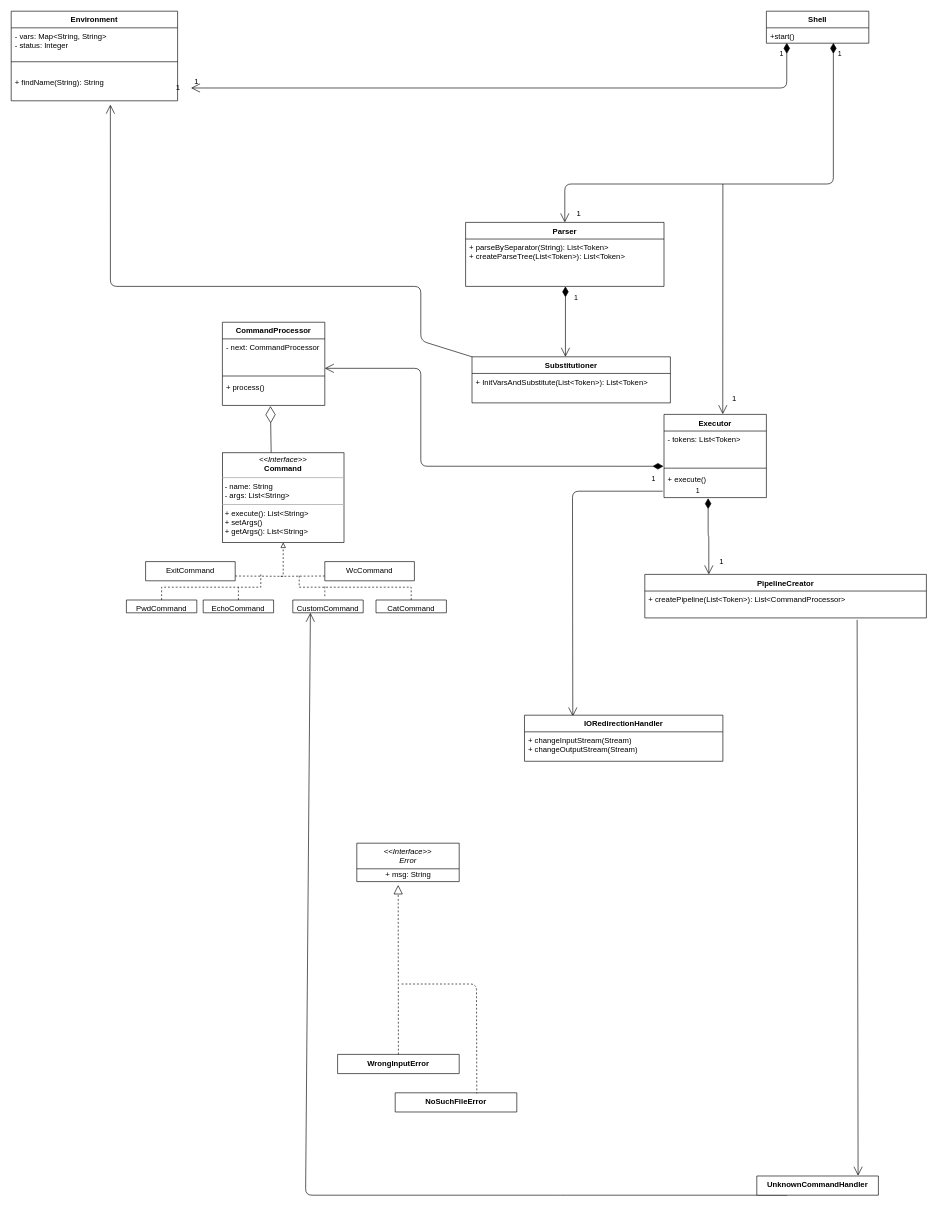
Before: Untitled Diagram.drawio in leoneed03/JB, a draw.io diagram. Source tidied: cells renumbered, new cells numbered last; positions are measured from the earlier drawing's top-left corner, leaving out a move shared by most shapes. Both pictures are drawn from the tidied source at 64%, with x=0, y=0 at pixel (11, 11).
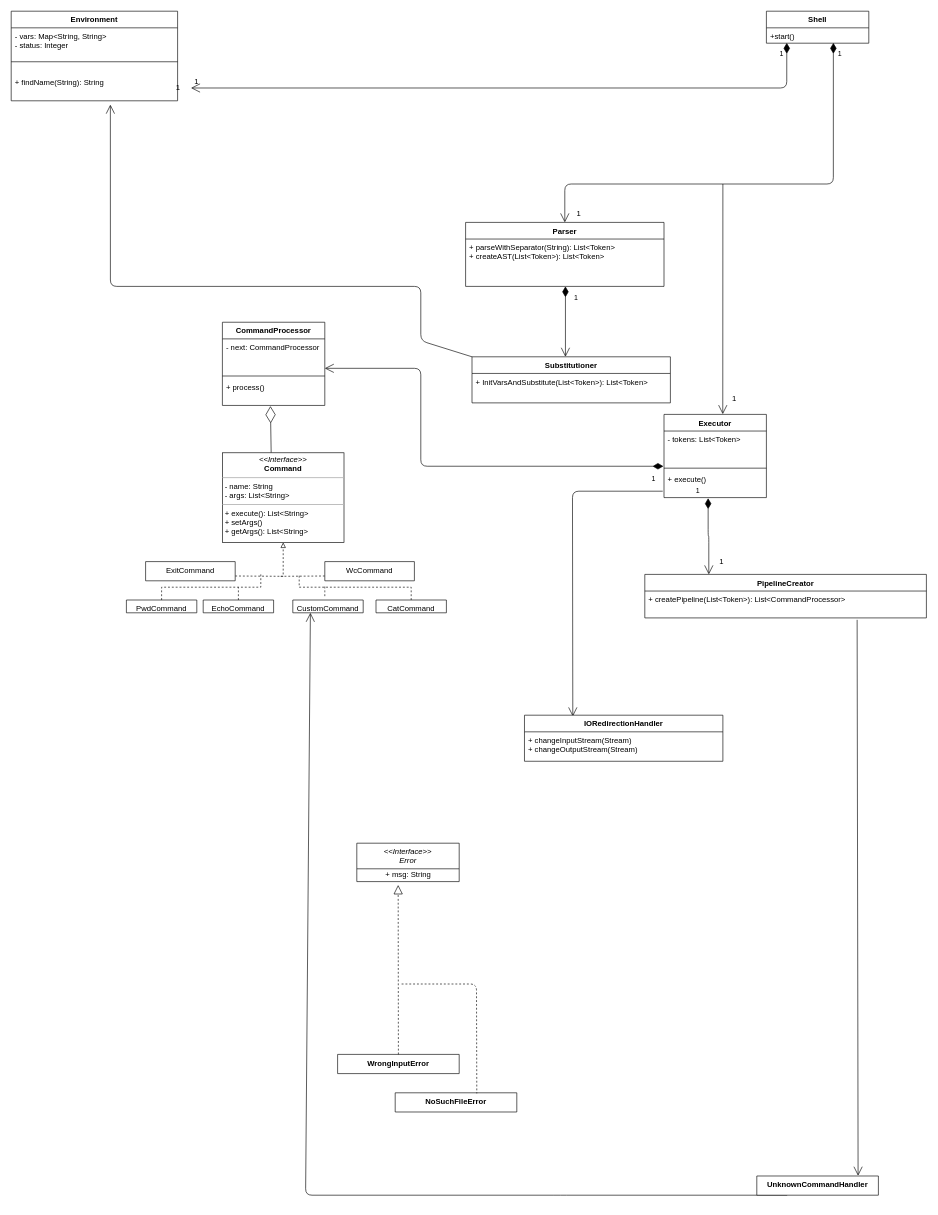
The same page after the edit.

Commit message:
ParseTree->AST,

Unchanged cells that the change refers to:
```xml
<mxCell id="40" value="Parser" style="swimlane;fontStyle=1;align=center;verticalAlign=top;horizontal=1;startSize=26;" parent="39" vertex="1">
  <mxGeometry x="-157" y="100" width="310" height="100" as="geometry" />
</mxCell>
```

The edit, as a diff of the source:
```diff
@@
-    <mxCell id="41" value="+ parseBySeparator(String): List&lt;Token&gt;&#10;+ createParseTree(List&lt;Token&gt;): List&lt;Token&gt;" style="text;strokeColor=none;fillColor=none;align=left;verticalAlign=top;spacingLeft=4;spacingRight=4;overflow=hidden;" parent="40" vertex="1">
+    <mxCell id="41" value="+ parseWithSeparator(String): List&lt;Token&gt;&#10;+ createAST(List&lt;Token&gt;): List&lt;Token&gt;" style="text;strokeColor=none;fillColor=none;align=left;verticalAlign=top;spacingLeft=4;spacingRight=4;overflow=hidden;" parent="40" vertex="1">
       <mxGeometry y="26" width="310" height="74" as="geometry" />
     </mxCell>
```
